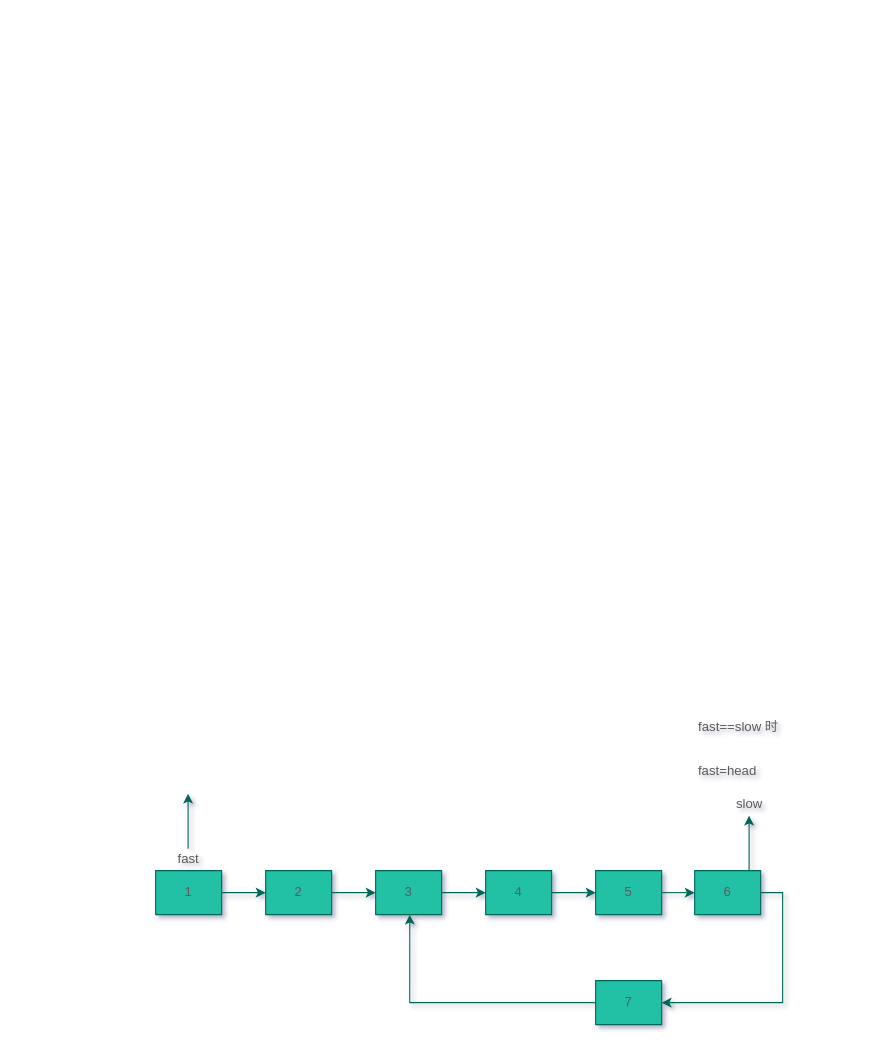
The draw.io diagram Diagram2.drawio in small-steps/images, before the edit. Source tidied: cells renumbered, new cells numbered last; positions are measured from the earlier drawing's top-left corner, leaving out a move shared by most shapes. Both pictures are drawn from the tidied source at 110%, with x=0, y=0 at pixel (155, 716).
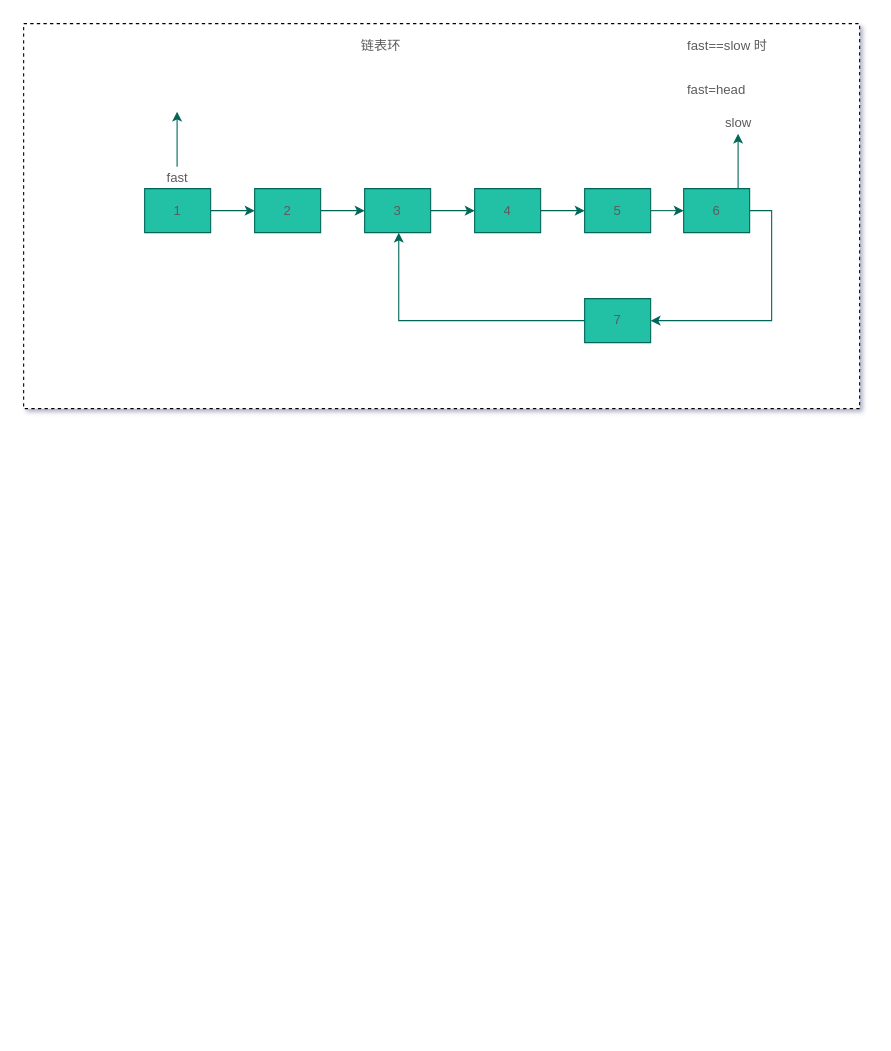
Above is the later version.

Unchanged cells that the change refers to:
```xml
<mxCell id="3" style="shape=partialRectangle;html=1;whiteSpace=wrap;fillColor=none;top=0;left=0;bottom=0;right=0;points=[[0,0.5],[1,0.5]];portConstraint=eastwest;strokeColor=#006658;fontColor=#5C5C5C;" parent="2" vertex="1">
  <mxGeometry width="60" height="40" as="geometry" />
</mxCell>
<mxCell id="6" style="shape=partialRectangle;html=1;whiteSpace=wrap;fillColor=none;top=0;left=0;bottom=0;right=0;points=[[0,0.5],[1,0.5]];portConstraint=eastwest;strokeColor=#006658;fontColor=#5C5C5C;" parent="5" vertex="1">
  <mxGeometry width="60" height="40" as="geometry" />
</mxCell>
<mxCell id="9" style="shape=partialRectangle;html=1;whiteSpace=wrap;fillColor=none;top=0;left=0;bottom=0;right=0;points=[[0,0.5],[1,0.5]];portConstraint=eastwest;strokeColor=#006658;fontColor=#5C5C5C;" parent="8" vertex="1">
  <mxGeometry width="60" height="40" as="geometry" />
</mxCell>
<mxCell id="12" style="shape=partialRectangle;html=1;whiteSpace=wrap;fillColor=none;top=0;left=0;bottom=0;right=0;points=[[0,0.5],[1,0.5]];portConstraint=eastwest;strokeColor=#006658;fontColor=#5C5C5C;" parent="11" vertex="1">
  <mxGeometry width="60" height="40" as="geometry" />
</mxCell>
<mxCell id="15" style="shape=partialRectangle;html=1;whiteSpace=wrap;fillColor=none;top=0;left=0;bottom=0;right=0;points=[[0,0.5],[1,0.5]];portConstraint=eastwest;strokeColor=#006658;fontColor=#5C5C5C;" parent="14" vertex="1">
  <mxGeometry width="60" height="40" as="geometry" />
</mxCell>
<mxCell id="18" style="shape=partialRectangle;html=1;whiteSpace=wrap;fillColor=none;top=0;left=0;bottom=0;right=0;points=[[0,0.5],[1,0.5]];portConstraint=eastwest;strokeColor=#006658;fontColor=#5C5C5C;" parent="17" vertex="1">
  <mxGeometry width="60" height="40" as="geometry" />
</mxCell>
<mxCell id="21" style="shape=partialRectangle;html=1;whiteSpace=wrap;fillColor=none;top=0;left=0;bottom=0;right=0;points=[[0,0.5],[1,0.5]];portConstraint=eastwest;strokeColor=#006658;fontColor=#5C5C5C;" parent="20" vertex="1">
  <mxGeometry width="60" height="40" as="geometry" />
</mxCell>
```

What changed in the source:
```diff
@@
+    <mxCell id="38" style="group;shadow=1;" parent="1" vertex="1">
+      <mxGeometry x="-120" y="-630" width="760" height="350" as="geometry" />
+    </mxCell>
+    <mxCell id="39" style="rounded=0;whiteSpace=wrap;html=1;sketch=0;dashed=1;" parent="38" vertex="1">
+      <mxGeometry width="760" height="350" as="geometry" />
+    </mxCell>
-    <mxCell id="2" style="shape=table;html=1;whiteSpace=wrap;startSize=0;childLayout=tableLayout;fillColor=#21C0A5;strokeColor=#006658;fontColor=#5C5C5C;" parent="1" vertex="1">
-      <mxGeometry y="140" width="60" height="40" as="geometry" />
+    <mxCell id="2" style="shape=table;html=1;whiteSpace=wrap;startSize=0;childLayout=tableLayout;fillColor=#21C0A5;strokeColor=#006658;fontColor=#5C5C5C;" parent="38" vertex="1">
+      <mxGeometry x="110" y="150" width="60" height="40" as="geometry" />
     </mxCell>
@@
-    <mxCell id="5" style="shape=table;html=1;whiteSpace=wrap;startSize=0;childLayout=tableLayout;fillColor=#21C0A5;strokeColor=#006658;fontColor=#5C5C5C;" parent="1" vertex="1">
-      <mxGeometry x="100" y="140" width="60" height="40" as="geometry" />
+    <mxCell id="5" style="shape=table;html=1;whiteSpace=wrap;startSize=0;childLayout=tableLayout;fillColor=#21C0A5;strokeColor=#006658;fontColor=#5C5C5C;" parent="38" vertex="1">
+      <mxGeometry x="210" y="150" width="60" height="40" as="geometry" />
     </mxCell>
@@
-    <mxCell id="8" style="shape=table;html=1;whiteSpace=wrap;startSize=0;childLayout=tableLayout;fillColor=#21C0A5;strokeColor=#006658;fontColor=#5C5C5C;" parent="1" vertex="1">
-      <mxGeometry x="200" y="140" width="60" height="40" as="geometry" />
+    <mxCell id="8" style="shape=table;html=1;whiteSpace=wrap;startSize=0;childLayout=tableLayout;fillColor=#21C0A5;strokeColor=#006658;fontColor=#5C5C5C;" parent="38" vertex="1">
+      <mxGeometry x="310" y="150" width="60" height="40" as="geometry" />
     </mxCell>
@@
-    <mxCell id="11" style="shape=table;html=1;whiteSpace=wrap;startSize=0;childLayout=tableLayout;fillColor=#21C0A5;strokeColor=#006658;fontColor=#5C5C5C;" parent="1" vertex="1">
-      <mxGeometry x="400" y="140" width="60" height="40" as="geometry" />
+    <mxCell id="11" style="shape=table;html=1;whiteSpace=wrap;startSize=0;childLayout=tableLayout;fillColor=#21C0A5;strokeColor=#006658;fontColor=#5C5C5C;" parent="38" vertex="1">
+      <mxGeometry x="510" y="150" width="60" height="40" as="geometry" />
     </mxCell>
@@
-    <mxCell id="14" style="shape=table;html=1;whiteSpace=wrap;startSize=0;childLayout=tableLayout;fillColor=#21C0A5;strokeColor=#006658;fontColor=#5C5C5C;" parent="1" vertex="1">
-      <mxGeometry x="300" y="140" width="60" height="40" as="geometry" />
+    <mxCell id="14" style="shape=table;html=1;whiteSpace=wrap;startSize=0;childLayout=tableLayout;fillColor=#21C0A5;strokeColor=#006658;fontColor=#5C5C5C;" parent="38" vertex="1">
+      <mxGeometry x="410" y="150" width="60" height="40" as="geometry" />
     </mxCell>
@@
-    <mxCell id="17" style="shape=table;html=1;whiteSpace=wrap;startSize=0;childLayout=tableLayout;fillColor=#21C0A5;strokeColor=#006658;fontColor=#5C5C5C;" parent="1" vertex="1">
-      <mxGeometry x="400" y="240" width="60" height="40" as="geometry" />
+    <mxCell id="17" style="shape=table;html=1;whiteSpace=wrap;startSize=0;childLayout=tableLayout;fillColor=#21C0A5;strokeColor=#006658;fontColor=#5C5C5C;" parent="38" vertex="1">
+      <mxGeometry x="510" y="250" width="60" height="40" as="geometry" />
     </mxCell>
@@
-    <mxCell id="20" style="shape=table;html=1;whiteSpace=wrap;startSize=0;childLayout=tableLayout;fillColor=#21C0A5;strokeColor=#006658;fontColor=#5C5C5C;" parent="1" vertex="1">
-      <mxGeometry x="490" y="140" width="60" height="40" as="geometry" />
+    <mxCell id="20" style="shape=table;html=1;whiteSpace=wrap;startSize=0;childLayout=tableLayout;fillColor=#21C0A5;strokeColor=#006658;fontColor=#5C5C5C;" parent="38" vertex="1">
+      <mxGeometry x="600" y="150" width="60" height="40" as="geometry" />
     </mxCell>
@@
-    <mxCell id="23" style="edgeStyle=orthogonalEdgeStyle;rounded=0;jettySize=auto;html=1;entryX=0;entryY=0.5;entryDx=0;entryDy=0;strokeColor=#006658;fontColor=#5C5C5C;" parent="1" edge="1" source="3" target="6">
+    <mxCell id="23" style="edgeStyle=orthogonalEdgeStyle;rounded=0;jettySize=auto;html=1;entryX=0;entryY=0.5;entryDx=0;entryDy=0;strokeColor=#006658;fontColor=#5C5C5C;" parent="38" edge="1" source="3" target="6">
       <mxGeometry relative="1" as="geometry" />
     </mxCell>
-    <mxCell id="24" style="edgeStyle=orthogonalEdgeStyle;rounded=0;jettySize=auto;html=1;entryX=0;entryY=0.5;entryDx=0;entryDy=0;strokeColor=#006658;fontColor=#5C5C5C;" parent="1" edge="1" source="6" target="9">
+    <mxCell id="24" style="edgeStyle=orthogonalEdgeStyle;rounded=0;jettySize=auto;html=1;entryX=0;entryY=0.5;entryDx=0;entryDy=0;strokeColor=#006658;fontColor=#5C5C5C;" parent="38" edge="1" source="6" target="9">
       <mxGeometry relative="1" as="geometry" />
     </mxCell>
-    <mxCell id="25" style="edgeStyle=orthogonalEdgeStyle;rounded=0;jettySize=auto;html=1;exitX=1;exitY=0.5;exitDx=0;exitDy=0;entryX=0;entryY=0.5;entryDx=0;entryDy=0;strokeColor=#006658;fontColor=#5C5C5C;" parent="1" edge="1" source="9" target="15">
+    <mxCell id="25" style="edgeStyle=orthogonalEdgeStyle;rounded=0;jettySize=auto;html=1;exitX=1;exitY=0.5;exitDx=0;exitDy=0;entryX=0;entryY=0.5;entryDx=0;entryDy=0;strokeColor=#006658;fontColor=#5C5C5C;" parent="38" edge="1" source="9" target="15">
       <mxGeometry relative="1" as="geometry" />
     </mxCell>
-    <mxCell id="26" style="edgeStyle=orthogonalEdgeStyle;rounded=0;jettySize=auto;html=1;exitX=1;exitY=0.5;exitDx=0;exitDy=0;entryX=0;entryY=0.5;entryDx=0;entryDy=0;strokeColor=#006658;fontColor=#5C5C5C;" parent="1" edge="1" source="15" target="12">
+    <mxCell id="26" style="edgeStyle=orthogonalEdgeStyle;rounded=0;jettySize=auto;html=1;exitX=1;exitY=0.5;exitDx=0;exitDy=0;entryX=0;entryY=0.5;entryDx=0;entryDy=0;strokeColor=#006658;fontColor=#5C5C5C;" parent="38" edge="1" source="15" target="12">
       <mxGeometry relative="1" as="geometry" />
     </mxCell>
-    <mxCell id="27" style="edgeStyle=orthogonalEdgeStyle;rounded=0;jettySize=auto;html=1;exitX=1;exitY=0.5;exitDx=0;exitDy=0;entryX=0;entryY=0.5;entryDx=0;entryDy=0;strokeColor=#006658;fontColor=#5C5C5C;" parent="1" edge="1" source="12" target="21">
+    <mxCell id="27" style="edgeStyle=orthogonalEdgeStyle;rounded=0;jettySize=auto;html=1;exitX=1;exitY=0.5;exitDx=0;exitDy=0;entryX=0;entryY=0.5;entryDx=0;entryDy=0;strokeColor=#006658;fontColor=#5C5C5C;" parent="38" edge="1" source="12" target="21">
       <mxGeometry relative="1" as="geometry" />
     </mxCell>
-    <mxCell id="28" style="edgeStyle=orthogonalEdgeStyle;rounded=0;jettySize=auto;html=1;exitX=1;exitY=0.5;exitDx=0;exitDy=0;entryX=1;entryY=0.5;entryDx=0;entryDy=0;strokeColor=#006658;fontColor=#5C5C5C;" parent="1" edge="1" source="21" target="18">
+    <mxCell id="28" style="edgeStyle=orthogonalEdgeStyle;rounded=0;jettySize=auto;html=1;exitX=1;exitY=0.5;exitDx=0;exitDy=0;entryX=1;entryY=0.5;entryDx=0;entryDy=0;strokeColor=#006658;fontColor=#5C5C5C;" parent="38" edge="1" source="21" target="18">
       <mxGeometry relative="1" as="geometry" />
     </mxCell>
-    <mxCell id="29" style="edgeStyle=orthogonalEdgeStyle;rounded=0;jettySize=auto;html=1;exitX=0;exitY=0.5;exitDx=0;exitDy=0;entryX=0.517;entryY=1;entryDx=0;entryDy=0;entryPerimeter=0;strokeColor=#006658;fontColor=#5C5C5C;" parent="1" edge="1" source="18" target="9">
+    <mxCell id="29" style="edgeStyle=orthogonalEdgeStyle;rounded=0;jettySize=auto;html=1;exitX=0;exitY=0.5;exitDx=0;exitDy=0;entryX=0.517;entryY=1;entryDx=0;entryDy=0;entryPerimeter=0;strokeColor=#006658;fontColor=#5C5C5C;" parent="38" edge="1" source="18" target="9">
       <mxGeometry relative="1" as="geometry" />
     </mxCell>
-    <mxCell id="30" style="group;fontColor=#5C5C5C;" parent="1" vertex="1">
-      <mxGeometry x="520" y="70" width="40" height="70" as="geometry" />
+    <mxCell id="30" style="group;fontColor=#5C5C5C;" parent="38" vertex="1">
+      <mxGeometry x="630" y="80" width="40" height="70" as="geometry" />
     </mxCell>
@@
-    <mxCell id="33" style="group;fontColor=#5C5C5C;" parent="1" vertex="1">
-      <mxGeometry x="10" y="70" width="40" height="70" as="geometry" />
+    <mxCell id="33" style="group;fontColor=#5C5C5C;" parent="38" vertex="1">
+      <mxGeometry x="120" y="80" width="40" height="70" as="geometry" />
     </mxCell>
@@
-    <mxCell id="36" value="fast==slow 时" style="text;html=1;strokeColor=none;fillColor=none;align=center;verticalAlign=middle;whiteSpace=wrap;rounded=0;sketch=0;fontColor=#5C5C5C;" parent="1" vertex="1">
-      <mxGeometry x="490" width="80" height="20" as="geometry" />
+    <mxCell id="36" value="fast==slow 时" style="text;html=1;strokeColor=none;fillColor=none;align=center;verticalAlign=middle;whiteSpace=wrap;rounded=0;sketch=0;fontColor=#5C5C5C;" parent="38" vertex="1">
+      <mxGeometry x="600" y="10" width="80" height="20" as="geometry" />
     </mxCell>
-    <mxCell id="37" value="fast=head" style="text;html=1;strokeColor=none;fillColor=none;align=center;verticalAlign=middle;whiteSpace=wrap;rounded=0;sketch=0;fontColor=#5C5C5C;" parent="1" vertex="1">
-      <mxGeometry x="500" y="40" width="40" height="20" as="geometry" />
+    <mxCell id="37" value="fast=head" style="text;html=1;strokeColor=none;fillColor=none;align=center;verticalAlign=middle;whiteSpace=wrap;rounded=0;sketch=0;fontColor=#5C5C5C;" parent="38" vertex="1">
+      <mxGeometry x="610" y="50" width="40" height="20" as="geometry" />
     </mxCell>
+    <mxCell id="40" value="链表环" style="text;html=1;strokeColor=none;fillColor=none;align=center;verticalAlign=middle;whiteSpace=wrap;rounded=0;dashed=1;sketch=0;fontColor=#5C5C5C;" parent="38" vertex="1">
+      <mxGeometry x="280" y="10" width="90" height="20" as="geometry" />
+    </mxCell>
```
